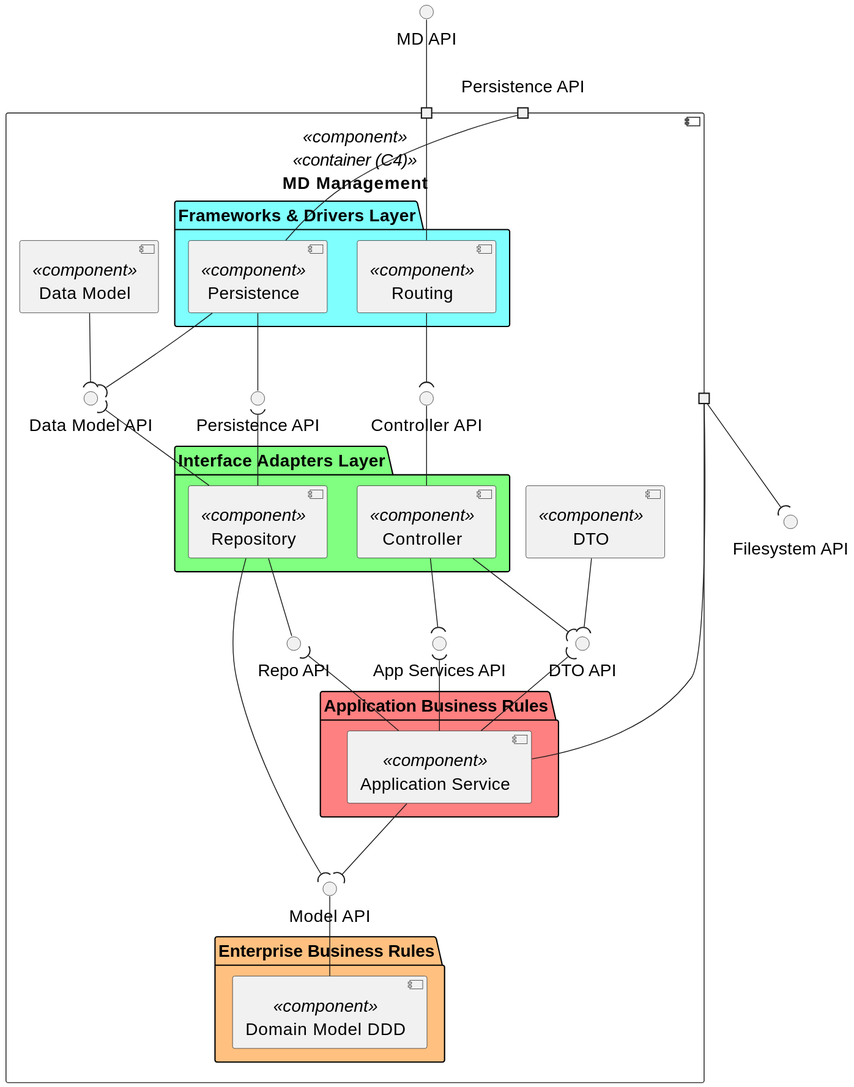
Above: _wiki/views/level-3/mdm-logical-view/assets/logical-view.svg in miseEnPlace-dev/lapr5 (PlantUML), before the change. Source of this version:
```plantuml
@startuml
skinparamlocked defaultFontSize 20

top to bottom direction

interface "MD API" as API
interface "Filesystem API" as FS

component "MD Management" as MDM <<component>> <<container (C4)>> {
  portin " " as P1
  portin "Persistence API" as P2
  portout " " as P3

  Interface "Controller API" as CTRL_API
  Interface "Data Model API" as DATA_API


  folder "Frameworks & Drivers Layer" #80FFFF {
    component "Routing" as ROUTE <<component>> {
    }
    component "Persistence" as PERSISTENCE <<component>> {
    }
  }

  component "Data Model" as DATA <<component>> {
  }
  component "DTO" as DTO <<component>> {
  }

  Interface "App Services API" AS SRV_API
  Interface "DTO API" AS DTO_API
  Interface "Repo API" AS REPO_API
  Interface "Model API" AS MODEL_API
  Interface "Persistence API" AS PERSISTENCE_API

  folder "Interface Adapters Layer" #80FF80 {
    component "Controller" as CTRL <<component>> {
    }
    component "Repository" as REPO <<component>> {
    }
  }

  folder "Application Business Rules" #FF8080 {
    component "Application Service" as SRV <<component>> {
    }
  }

  folder "Enterprise Business Rules" #FFC080 {
    component "Domain Model DDD" as MODEL <<component>> {
    }
  }
}

API -- P1

ROUTE --- P1
PERSISTENCE -- P2
P3 --( FS


ROUTE --( CTRL_API
CTRL -up- CTRL_API
PERSISTENCE -- PERSISTENCE_API
REPO -up-( PERSISTENCE_API
PERSISTENCE --( DATA_API
REPO -up-( DATA_API
DATA --( DATA_API

CTRL --( SRV_API
SRV -up-( SRV_API
SRV -up-( DTO_API
SRV -- P3
CTRL --( DTO_API
DTO --( DTO_API

REPO -- REPO_API
SRV -up-( REPO_API

SRV --( MODEL_API
REPO --( MODEL_API
MODEL -up- MODEL_API
@enduml
```
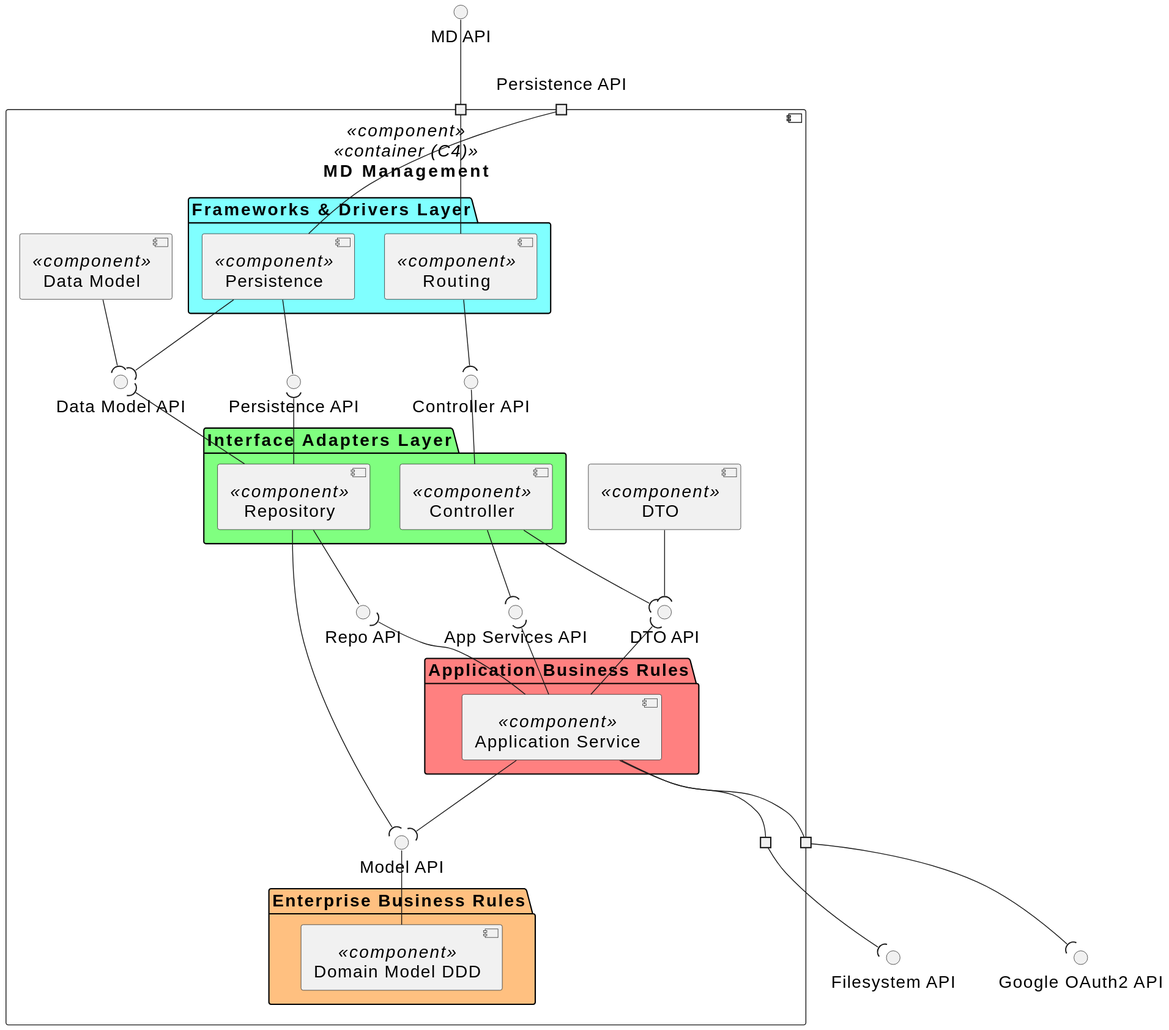
After the change.

The edit, as a diff of the source:
```diff
@@ -5,11 +5,13 @@
 
 interface "MD API" as API
 interface "Filesystem API" as FS
+interface "Google OAuth2 API" as GA
 
 component "MD Management" as MDM <<component>> <<container (C4)>> {
   portin " " as P1
   portin "Persistence API" as P2
   portout " " as P3
+  portout " " as P4
 
   Interface "Controller API" as CTRL_API
   Interface "Data Model API" as DATA_API
@@ -56,7 +58,7 @@
 ROUTE --- P1
 PERSISTENCE -- P2
 P3 --( FS
-
+P4 --( GA
 
 ROUTE --( CTRL_API
 CTRL -up- CTRL_API
@@ -70,6 +72,7 @@
 SRV -up-( SRV_API
 SRV -up-( DTO_API
 SRV -- P3
+SRV -- P4
 CTRL --( DTO_API
 DTO --( DTO_API
 
```
